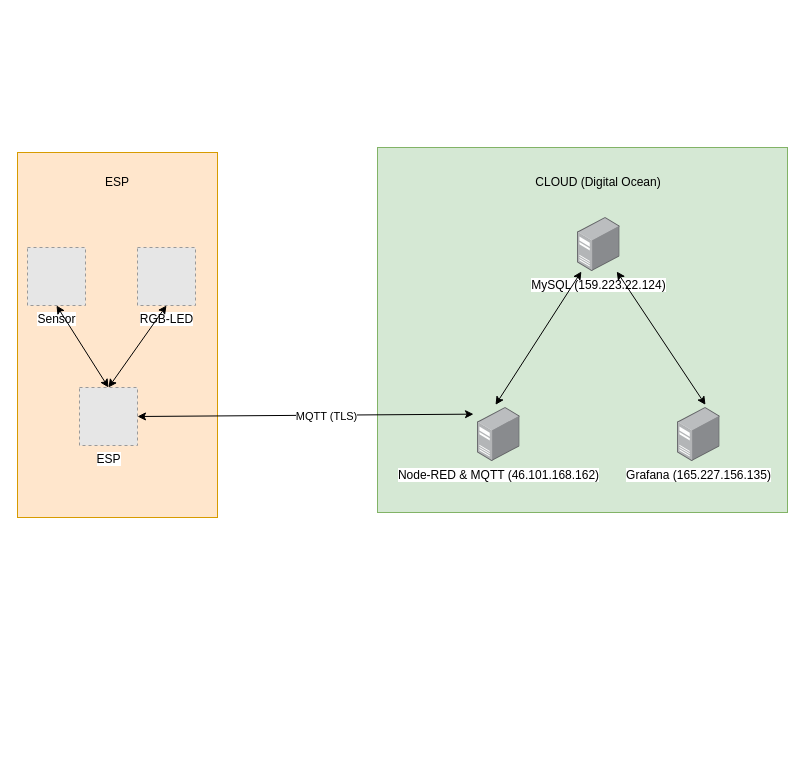
The draw.io diagram Dokumentation/Schemas/Prinzipschema.drawio in Noahnc/Projektarbeit_Mikrocomputer, before the edit. Source tidied: cells renumbered, new cells numbered last; positions are measured from the earlier drawing's top-left corner, leaving out a move shared by most shapes. Both pictures are drawn from the tidied source at 100%, with x=0, y=0 at pixel (17, 147). Pictures stored in the file or linked from it are replaced by grey dashed boxes.
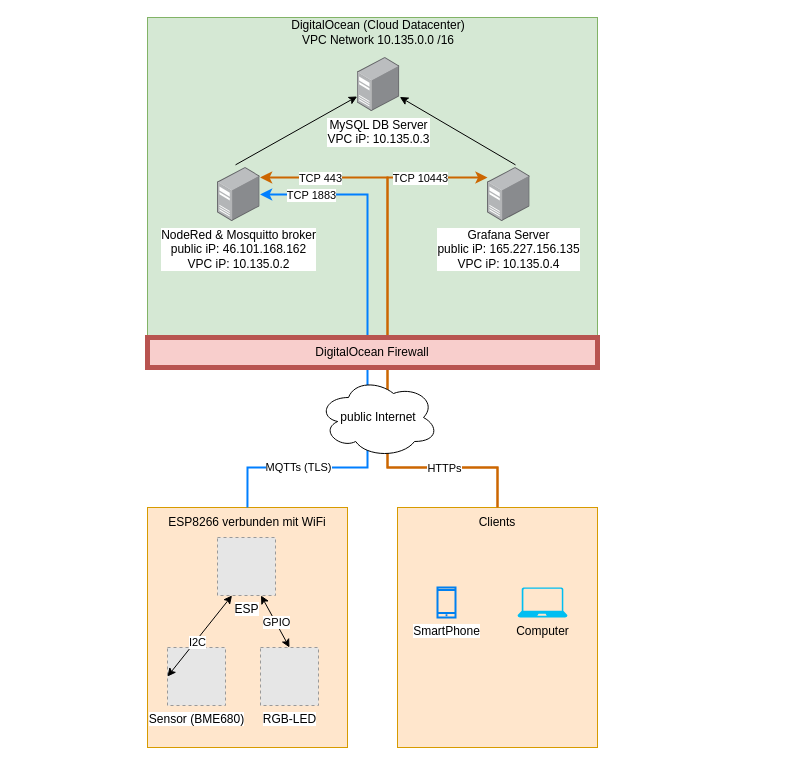
After the change.

Commit message (it also covers changes not shown here):
anpassung Prinzipschema

The edit, as a diff of the source:
```diff
@@
     <mxCell id="2" style="rounded=0;whiteSpace=wrap;html=1;fillColor=#d5e8d4;strokeColor=#82b366;" parent="1" vertex="1">
-      <mxGeometry x="360" width="410" height="365" as="geometry" />
+      <mxGeometry x="130" y="-130" width="450" height="350" as="geometry" />
     </mxCell>
     <mxCell id="3" style="rounded=0;whiteSpace=wrap;html=1;fillColor=#ffe6cc;strokeColor=#d79b00;" parent="1" vertex="1">
-      <mxGeometry y="5" width="200" height="365" as="geometry" />
+      <mxGeometry x="130" y="360" width="200" height="240" as="geometry" />
     </mxCell>
-    <mxCell id="4" value="MySQL (159.223.22.124)" style="points=[];html=1;align=center;shadow=0;dashed=0;image;image=img/lib/allied_telesis/computer_and_terminals/Server_Desktop.svg;" parent="1" vertex="1">
-      <mxGeometry x="560" y="70" width="42.6" height="54" as="geometry" />
+    <mxCell id="4" value="MySQL DB Server&lt;br&gt;VPC&amp;nbsp;iP: 10.135.0.3" style="points=[];html=1;align=center;shadow=0;dashed=0;image;image=img/lib/allied_telesis/computer_and_terminals/Server_Desktop.svg;" parent="1" vertex="1">
+      <mxGeometry x="339.7" y="-90" width="42.6" height="54" as="geometry" />
     </mxCell>
-    <mxCell id="5" value="Node-RED &amp;amp; MQTT (46.101.168.162)" style="points=[];html=1;align=center;shadow=0;dashed=0;image;image=img/lib/allied_telesis/computer_and_terminals/Server_Desktop.svg;" parent="1" vertex="1">
-      <mxGeometry x="460" y="260" width="42.6" height="54" as="geometry" />
+    <mxCell id="5" value="NodeRed &amp;amp; Mosquitto broker&lt;br&gt;public iP: 46.101.168.162&lt;br&gt;VPC&amp;nbsp;iP: 10.135.0.2" style="points=[];html=1;align=center;shadow=0;dashed=0;image;image=img/lib/allied_telesis/computer_and_terminals/Server_Desktop.svg;" parent="1" vertex="1">
+      <mxGeometry x="200" y="20" width="42.6" height="54" as="geometry" />
     </mxCell>
+    <mxCell id="18" style="edgeStyle=orthogonalEdgeStyle;rounded=0;jettySize=auto;html=1;entryX=0.5;entryY=0;entryDx=0;entryDy=0;startArrow=classic;startFill=1;endArrow=none;endFill=0;strokeColor=#CC6600;strokeWidth=2;" parent="1" edge="1" source="6" target="27">
+      <mxGeometry relative="1" as="geometry">
+        <Array as="points">
+          <mxPoint x="370" y="30" />
+          <mxPoint x="370" y="320" />
+          <mxPoint x="480" y="320" />
+        </Array>
+      </mxGeometry>
+    </mxCell>
+    <mxCell id="19" value="TCP 10443" style="edgeLabel;html=1;align=center;verticalAlign=middle;" parent="18" vertex="1">
+      <mxGeometry x="-0.75" relative="1" as="geometry" />
+    </mxCell>
-    <mxCell id="6" value="Grafana (165.227.156.135)" style="points=[];html=1;align=center;shadow=0;dashed=0;image;image=img/lib/allied_telesis/computer_and_terminals/Server_Desktop.svg;" parent="1" vertex="1">
-      <mxGeometry x="660" y="260" width="42.6" height="54" as="geometry" />
+    <mxCell id="6" value="Grafana Server&lt;br&gt;public iP: 165.227.156.135&lt;br&gt;VPC iP: 10.135.0.4" style="points=[];html=1;align=center;shadow=0;dashed=0;image;image=img/lib/allied_telesis/computer_and_terminals/Server_Desktop.svg;" parent="1" vertex="1">
+      <mxGeometry x="470" y="20" width="42.6" height="54" as="geometry" />
     </mxCell>
-    <mxCell id="7" style="endArrow=classic;startArrow=classic;html=1;rounded=0;exitX=0.423;exitY=-0.049;exitDx=0;exitDy=0;exitPerimeter=0;" parent="1" edge="1" source="5" target="4">
+    <mxCell id="7" style="endArrow=classic;startArrow=none;html=1;rounded=0;exitX=0.423;exitY=-0.049;exitDx=0;exitDy=0;exitPerimeter=0;startFill=0;" parent="1" edge="1" source="5" target="4">
       <mxGeometry relative="1" as="geometry" />
     </mxCell>
-    <mxCell id="8" style="endArrow=classic;startArrow=classic;html=1;rounded=0;exitX=0.657;exitY=-0.049;exitDx=0;exitDy=0;exitPerimeter=0;" parent="1" edge="1" source="6" target="4">
+    <mxCell id="8" style="endArrow=classic;startArrow=none;html=1;rounded=0;exitX=0.657;exitY=-0.049;exitDx=0;exitDy=0;exitPerimeter=0;endFill=1;startFill=0;" parent="1" edge="1" source="6" target="4">
       <mxGeometry relative="1" as="geometry" />
     </mxCell>
     <mxCell id="9" value="ESP" style="fillColor=#E6E6E6;strokeColor=#999999;dashed=1;html=1;verticalAlign=top;verticalLabelPosition=bottom;labelBackgroundColor=#ffffff;" parent="1" vertex="1">
-      <mxGeometry x="62" y="240" width="58" height="58" as="geometry" />
+      <mxGeometry x="200" y="390" width="58" height="58" as="geometry" />
     </mxCell>
-    <mxCell id="10" value="Sensor" style="fillColor=#E6E6E6;strokeColor=#999999;dashed=1;html=1;verticalAlign=top;verticalLabelPosition=bottom;labelBackgroundColor=#ffffff;" parent="1" vertex="1">
-      <mxGeometry x="10" y="100" width="58" height="58" as="geometry" />
+    <mxCell id="10" value="Sensor (BME680)" style="fillColor=#E6E6E6;strokeColor=#999999;dashed=1;html=1;verticalAlign=top;verticalLabelPosition=bottom;labelBackgroundColor=#ffffff;" parent="1" vertex="1">
+      <mxGeometry x="150" y="500" width="58" height="58" as="geometry" />
     </mxCell>
     <mxCell id="11" value="RGB-LED" style="fillColor=#E6E6E6;strokeColor=#999999;dashed=1;html=1;verticalAlign=top;verticalLabelPosition=bottom;labelBackgroundColor=#ffffff;" parent="1" vertex="1">
-      <mxGeometry x="120" y="100" width="58" height="58" as="geometry" />
+      <mxGeometry x="243" y="500" width="58" height="58" as="geometry" />
     </mxCell>
-    <mxCell id="12" style="endArrow=classic;startArrow=classic;html=1;rounded=0;exitX=0.5;exitY=0;exitDx=0;exitDy=0;entryX=0.5;entryY=1;entryDx=0;entryDy=0;" parent="1" edge="1" source="9" target="10">
+    <mxCell id="12" style="endArrow=classic;startArrow=classic;html=1;rounded=0;exitX=0.25;exitY=1;exitDx=0;exitDy=0;entryX=0;entryY=0.5;entryDx=0;entryDy=0;" parent="1" edge="1" source="9" target="10">
       <mxGeometry relative="1" as="geometry" />
     </mxCell>
+    <mxCell id="20" value="I2C" style="edgeLabel;html=1;align=center;verticalAlign=middle;" parent="12" vertex="1">
+      <mxGeometry x="0.12" y="2" relative="1" as="geometry" />
+    </mxCell>
-    <mxCell id="13" style="endArrow=classic;startArrow=classic;html=1;rounded=0;exitX=0.5;exitY=0;exitDx=0;exitDy=0;entryX=0.5;entryY=1;entryDx=0;entryDy=0;" parent="1" edge="1" source="9" target="11">
+    <mxCell id="13" style="endArrow=classic;startArrow=classic;html=1;rounded=0;exitX=0.75;exitY=1;exitDx=0;exitDy=0;entryX=0.5;entryY=0;entryDx=0;entryDy=0;" parent="1" edge="1" source="9" target="11">
       <mxGeometry relative="1" as="geometry" />
     </mxCell>
+    <mxCell id="21" value="GPIO" style="edgeLabel;html=1;align=center;verticalAlign=middle;" parent="13" vertex="1">
+      <mxGeometry x="0.04" relative="1" as="geometry">
+        <mxPoint y="-1" as="offset" />
+      </mxGeometry>
+    </mxCell>
+    <mxCell id="17" value="DigitalOcean (Cloud Datacenter)&lt;br&gt;VPC Network 10.135.0.0 /16" style="text;html=1;strokeColor=none;fillColor=none;align=center;verticalAlign=middle;whiteSpace=wrap;rounded=0;" parent="1" vertex="1">
+      <mxGeometry x="264.2" y="-130" width="193.7" height="30" as="geometry" />
+    </mxCell>
+    <mxCell id="22" value="ESP8266 verbunden mit WiFi" style="text;html=1;strokeColor=none;fillColor=none;align=center;verticalAlign=middle;whiteSpace=wrap;rounded=0;" parent="1" vertex="1">
+      <mxGeometry x="133.1" y="360" width="193.7" height="30" as="geometry" />
+    </mxCell>
+    <mxCell id="23" style="rounded=0;whiteSpace=wrap;html=1;fillColor=#ffe6cc;strokeColor=#d79b00;" parent="1" vertex="1">
+      <mxGeometry x="380" y="360" width="200" height="240" as="geometry" />
+    </mxCell>
+    <mxCell id="24" style="edgeStyle=orthogonalEdgeStyle;rounded=0;jettySize=auto;html=1;exitX=0.5;exitY=0;exitDx=0;exitDy=0;startArrow=none;startFill=0;endArrow=classic;endFill=1;strokeWidth=2;strokeColor=#CC6600;" parent="1" edge="1" source="27" target="5">
+      <mxGeometry relative="1" as="geometry">
+        <Array as="points">
+          <mxPoint x="480" y="320" />
+          <mxPoint x="370" y="320" />
+          <mxPoint x="370" y="30" />
+        </Array>
+      </mxGeometry>
+    </mxCell>
+    <mxCell id="25" value="HTTPs" style="edgeLabel;html=1;align=center;verticalAlign=middle;" parent="24" vertex="1">
+      <mxGeometry x="-0.67" relative="1" as="geometry" />
+    </mxCell>
+    <mxCell id="26" value="TCP 443" style="edgeLabel;html=1;align=center;verticalAlign=middle;" parent="24" vertex="1">
+      <mxGeometry x="0.79" relative="1" as="geometry" />
+    </mxCell>
+    <mxCell id="27" value="Clients" style="text;html=1;strokeColor=none;fillColor=none;align=center;verticalAlign=middle;whiteSpace=wrap;rounded=0;" parent="1" vertex="1">
+      <mxGeometry x="380" y="360" width="200" height="30" as="geometry" />
+    </mxCell>
+    <mxCell id="28" value="SmartPhone" style="html=1;verticalLabelPosition=bottom;align=center;labelBackgroundColor=#ffffff;verticalAlign=top;strokeWidth=2;strokeColor=#0080F0;shadow=0;dashed=0;shape=mxgraph.ios7.icons.smartphone;fillColor=none;" parent="1" vertex="1">
+      <mxGeometry x="420" y="440" width="18" height="30" as="geometry" />
+    </mxCell>
+    <mxCell id="29" value="Computer" style="verticalLabelPosition=bottom;html=1;verticalAlign=top;align=center;strokeColor=none;fillColor=#00BEF2;shape=mxgraph.azure.laptop;" parent="1" vertex="1">
+      <mxGeometry x="500" y="440" width="50" height="30" as="geometry" />
+    </mxCell>
-    <mxCell id="14" style="endArrow=classic;startArrow=classic;html=1;rounded=0;exitX=1;exitY=0.5;exitDx=0;exitDy=0;entryX=-0.094;entryY=0.123;entryDx=0;entryDy=0;entryPerimeter=0;" parent="1" edge="1" source="9" target="5">
-      <mxGeometry relative="1" as="geometry" />
+    <mxCell id="14" style="endArrow=none;startArrow=classic;html=1;rounded=0;entryX=0.5;entryY=0;entryDx=0;entryDy=0;endFill=0;strokeWidth=2;strokeColor=#007FFF;" parent="1" edge="1" source="5" target="22">
+      <mxGeometry relative="1" as="geometry">
+        <Array as="points">
+          <mxPoint x="350" y="47" />
+          <mxPoint x="350" y="320" />
+          <mxPoint x="230" y="320" />
+        </Array>
+      </mxGeometry>
     </mxCell>
-    <mxCell id="15" value="MQTT (TLS)" style="edgeLabel;html=1;align=center;verticalAlign=middle;" parent="14" vertex="1">
-      <mxGeometry x="0.12" y="-1" relative="1" as="geometry" />
+    <mxCell id="15" value="MQTTs (TLS)" style="edgeLabel;html=1;align=center;verticalAlign=middle;" parent="14" vertex="1">
+      <mxGeometry x="0.12" y="-1" relative="1" as="geometry">
+        <mxPoint x="-69" y="77" as="offset" />
+      </mxGeometry>
     </mxCell>
-    <mxCell id="16" value="ESP" style="text;html=1;strokeColor=none;fillColor=none;align=center;verticalAlign=middle;whiteSpace=wrap;rounded=0;" parent="1" vertex="1">
-      <mxGeometry x="70" y="20" width="60" height="30" as="geometry" />
-    </mxCell>
-    <mxCell id="17" value="CLOUD (Digital Ocean)" style="text;html=1;strokeColor=none;fillColor=none;align=center;verticalAlign=middle;whiteSpace=wrap;rounded=0;" parent="1" vertex="1">
-      <mxGeometry x="496.3" y="20" width="170" height="30" as="geometry" />
-    </mxCell>
+    <mxCell id="30" value="TCP 1883" style="edgeLabel;html=1;align=center;verticalAlign=middle;" parent="14" vertex="1">
+      <mxGeometry x="-0.81" relative="1" as="geometry" />
+    </mxCell>
+    <mxCell id="31" value="public Internet" style="ellipse;shape=cloud;whiteSpace=wrap;html=1;" parent="1" vertex="1">
+      <mxGeometry x="301" y="230" width="120" height="80" as="geometry" />
+    </mxCell>
+    <mxCell id="32" value="DigitalOcean Firewall" style="rounded=0;whiteSpace=wrap;html=1;fillColor=#f8cecc;strokeColor=#b85450;strokeWidth=5;" parent="1" vertex="1">
+      <mxGeometry x="130" y="190" width="450" height="30" as="geometry" />
+    </mxCell>
```
